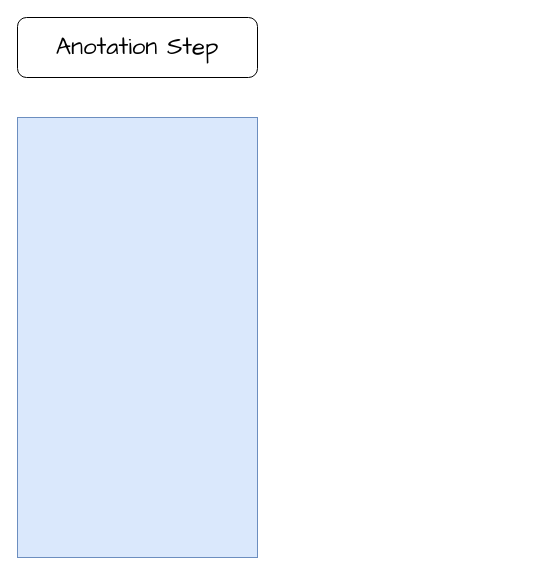
zhiyuan5986/draw_io keeps this draw.io diagram as draw/Binder代码框架.drawio. Above is the earlier version. Source tidied: cells renumbered, new cells numbered last; positions are measured from the earlier drawing's top-left corner, leaving out a move shared by most shapes. Both pictures are drawn from the tidied source at 100%, with x=0, y=0 at pixel (17, 17).
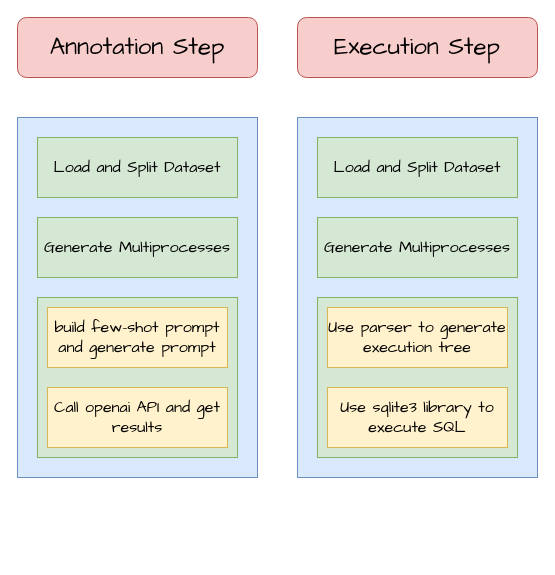
The same diagram, later.

Commit message (it also covers changes not shown here):
更新Binder代码框架.drawio

Diff of the diagram source:
```diff
@@
 <mxGraphModel>
   <root>
     <mxCell id="0" />
     <mxCell id="1" parent="0" />
     <mxCell id="2" style="rounded=0;whiteSpace=wrap;html=1;fillColor=#dae8fc;strokeColor=#6c8ebf;" parent="1" vertex="1">
-      <mxGeometry y="100" width="240" height="440" as="geometry" />
+      <mxGeometry y="100" width="240" height="360" as="geometry" />
     </mxCell>
-    <mxCell id="3" value="Anotation Step" style="rounded=1;whiteSpace=wrap;html=1;fontFamily=Comic Sans MS;fontSize=24;" parent="1" vertex="1">
+    <mxCell id="3" value="Annotation Step" style="rounded=1;whiteSpace=wrap;html=1;fontFamily=Comic Sans MS;fontSize=24;fillColor=#f8cecc;strokeColor=#b85450;" parent="1" vertex="1">
       <mxGeometry width="240" height="60" as="geometry" />
     </mxCell>
+    <mxCell id="4" value="&lt;font style=&quot;font-size: 16px;&quot; face=&quot;Comic Sans MS&quot;&gt;Load and Split Dataset&lt;/font&gt;" style="rounded=0;whiteSpace=wrap;html=1;fillColor=#d5e8d4;strokeColor=#82b366;" parent="1" vertex="1">
+      <mxGeometry x="20" y="120" width="200" height="60" as="geometry" />
+    </mxCell>
+    <mxCell id="5" value="&lt;font style=&quot;font-size: 16px;&quot; face=&quot;Comic Sans MS&quot;&gt;Generate Multiprocesses&lt;/font&gt;" style="rounded=0;whiteSpace=wrap;html=1;fillColor=#d5e8d4;strokeColor=#82b366;" parent="1" vertex="1">
+      <mxGeometry x="20" y="200" width="200" height="60" as="geometry" />
+    </mxCell>
+    <mxCell id="6" style="rounded=0;whiteSpace=wrap;html=1;fillColor=#d5e8d4;strokeColor=#82b366;" parent="1" vertex="1">
+      <mxGeometry x="20" y="280" width="200" height="160" as="geometry" />
+    </mxCell>
+    <mxCell id="7" value="&lt;font style=&quot;font-size: 16px;&quot; face=&quot;Comic Sans MS&quot;&gt;build few-shot prompt and generate prompt&lt;/font&gt;" style="rounded=0;whiteSpace=wrap;html=1;fillColor=#fff2cc;strokeColor=#d6b656;" parent="1" vertex="1">
+      <mxGeometry x="30" y="290" width="180" height="60" as="geometry" />
+    </mxCell>
+    <mxCell id="8" value="&lt;font style=&quot;font-size: 16px;&quot; face=&quot;Comic Sans MS&quot;&gt;Call openai API and get results&lt;/font&gt;" style="rounded=0;whiteSpace=wrap;html=1;fillColor=#fff2cc;strokeColor=#d6b656;" parent="1" vertex="1">
+      <mxGeometry x="30" y="370" width="180" height="60" as="geometry" />
+    </mxCell>
+    <mxCell id="9" style="rounded=0;whiteSpace=wrap;html=1;fillColor=#dae8fc;strokeColor=#6c8ebf;" parent="1" vertex="1">
+      <mxGeometry x="280" y="100" width="240" height="360" as="geometry" />
+    </mxCell>
+    <mxCell id="10" value="Execution Step" style="rounded=1;whiteSpace=wrap;html=1;fontFamily=Comic Sans MS;fontSize=24;fillColor=#f8cecc;strokeColor=#b85450;" parent="1" vertex="1">
+      <mxGeometry x="280" width="240" height="60" as="geometry" />
+    </mxCell>
+    <mxCell id="11" value="&lt;font style=&quot;font-size: 16px;&quot; face=&quot;Comic Sans MS&quot;&gt;Load and Split Dataset&lt;/font&gt;" style="rounded=0;whiteSpace=wrap;html=1;fillColor=#d5e8d4;strokeColor=#82b366;" parent="1" vertex="1">
+      <mxGeometry x="300" y="120" width="200" height="60" as="geometry" />
+    </mxCell>
+    <mxCell id="12" value="&lt;font style=&quot;font-size: 16px;&quot; face=&quot;Comic Sans MS&quot;&gt;Generate Multiprocesses&lt;/font&gt;" style="rounded=0;whiteSpace=wrap;html=1;fillColor=#d5e8d4;strokeColor=#82b366;" parent="1" vertex="1">
+      <mxGeometry x="300" y="200" width="200" height="60" as="geometry" />
+    </mxCell>
+    <mxCell id="13" style="rounded=0;whiteSpace=wrap;html=1;fillColor=#d5e8d4;strokeColor=#82b366;" parent="1" vertex="1">
+      <mxGeometry x="300" y="280" width="200" height="160" as="geometry" />
+    </mxCell>
+    <mxCell id="14" value="&lt;font style=&quot;font-size: 16px;&quot; face=&quot;Comic Sans MS&quot;&gt;Use parser to generate execution tree&lt;/font&gt;" style="rounded=0;whiteSpace=wrap;html=1;fillColor=#fff2cc;strokeColor=#d6b656;" parent="1" vertex="1">
+      <mxGeometry x="310" y="290" width="180" height="60" as="geometry" />
+    </mxCell>
+    <mxCell id="15" value="&lt;font style=&quot;font-size: 16px;&quot; face=&quot;Comic Sans MS&quot;&gt;Use&amp;nbsp;&lt;/font&gt;&lt;font face=&quot;Comic Sans MS&quot;&gt;&lt;span style=&quot;font-size: 16px;&quot;&gt;sqlite3 library to execute SQL&lt;/span&gt;&lt;/font&gt;" style="rounded=0;whiteSpace=wrap;html=1;fillColor=#fff2cc;strokeColor=#d6b656;" parent="1" vertex="1">
+      <mxGeometry x="310" y="370" width="180" height="60" as="geometry" />
+    </mxCell>
   </root>
 </mxGraphModel>
```
